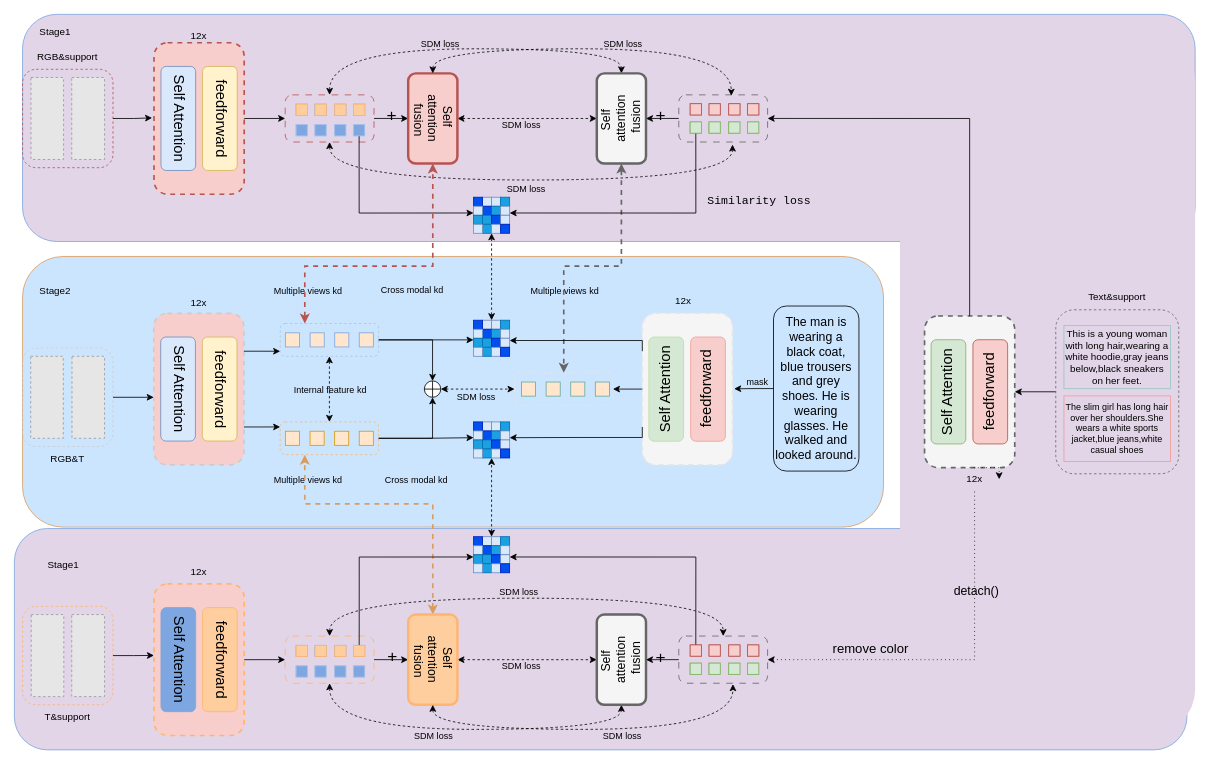
This is 11.30mulkd.drawio from CZYdeGithub/drawio, a draw.io file, before an edit. Source tidied: cells renumbered, new cells numbered last; positions are measured from the earlier drawing's top-left corner, leaving out a move shared by most shapes. Both pictures are drawn from the tidied source at 82%, with x=0, y=0 at pixel (14, 14). Pictures stored in the file or linked from it are replaced by grey dashed boxes.
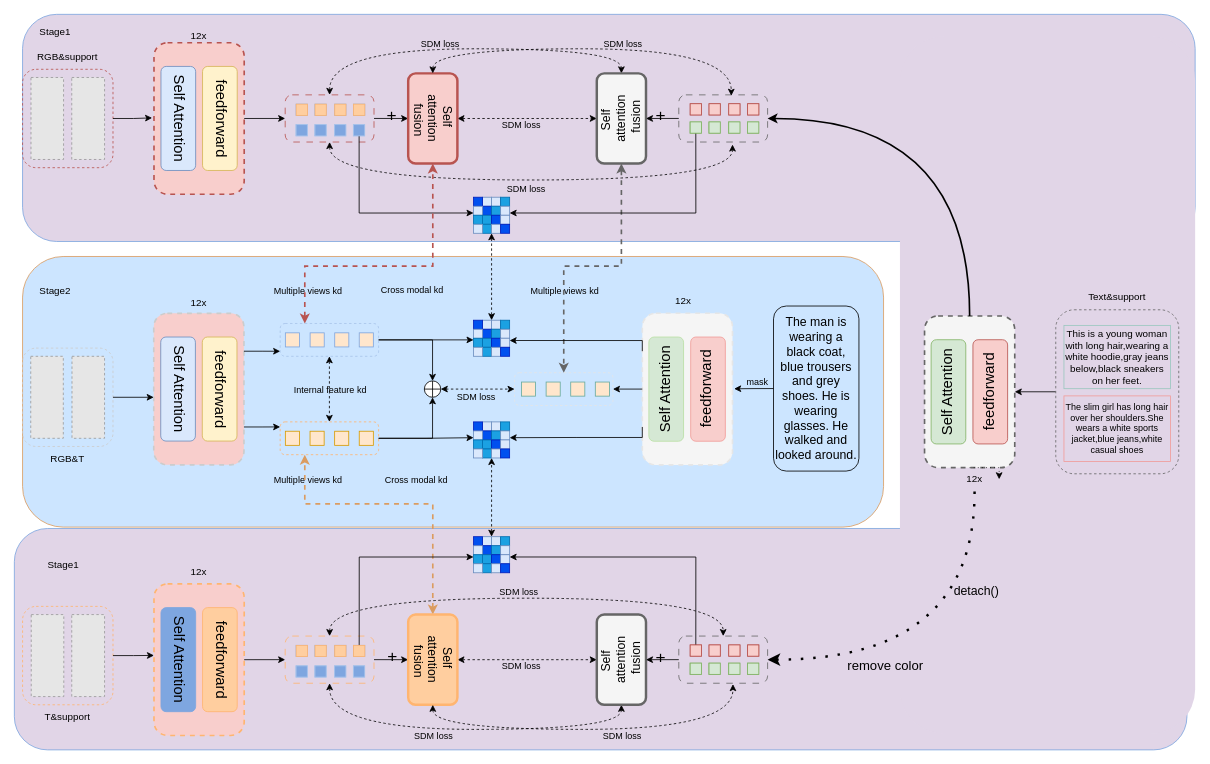
Above is the later version.

The change refers to these unchanged cells:
```xml
<mxCell id="27" style="rounded=1;whiteSpace=wrap;html=1;fillColor=#f5f5f5;strokeColor=#666666;dashed=1;strokeWidth=2;direction=west;fontColor=#333333;rotation=-180;" parent="26" vertex="1">
  <mxGeometry width="110" height="185" as="geometry" />
</mxCell>
<mxCell id="52" style="rounded=1;whiteSpace=wrap;html=1;fillColor=none;strokeColor=#666666;dashed=1;dashPattern=8 8;" parent="1" vertex="1">
  <mxGeometry x="810.3" y="98.2" width="108.3" height="57.5" as="geometry" />
</mxCell>
<mxCell id="165" style="rounded=1;whiteSpace=wrap;html=1;fillColor=none;strokeColor=#666666;dashed=1;dashPattern=8 8;" parent="1" vertex="1">
  <mxGeometry x="810.3" y="758.2" width="108.3" height="57.5" as="geometry" />
</mxCell>
<mxCell id="201" value="12x" style="text;html=1;align=center;verticalAlign=middle;whiteSpace=wrap;rounded=0;" parent="1" vertex="1">
  <mxGeometry x="1141" y="552" width="60" height="30" as="geometry" />
</mxCell>
```

Change to the diagram source:
```diff
@@
-    <mxCell id="195" style="edgeStyle=orthogonalEdgeStyle;rounded=0;jettySize=auto;html=1;exitX=0.5;exitY=0;exitDx=0;exitDy=0;entryX=1;entryY=0.5;entryDx=0;entryDy=0;" parent="1" edge="1" source="27" target="52">
+    <mxCell id="195" style="edgeStyle=orthogonalEdgeStyle;rounded=0;jettySize=auto;html=1;exitX=0.5;exitY=0;exitDx=0;exitDy=0;entryX=1;entryY=0.5;entryDx=0;entryDy=0;curved=1;strokeWidth=2;" parent="1" edge="1" source="27" target="52">
       <mxGeometry relative="1" as="geometry" />
     </mxCell>
-    <mxCell id="196" style="edgeStyle=orthogonalEdgeStyle;rounded=0;jettySize=auto;html=1;exitX=0.5;exitY=1;exitDx=0;exitDy=0;entryX=1;entryY=0.5;entryDx=0;entryDy=0;dashed=1;dashPattern=1 4;" parent="1" edge="1" source="201" target="165">
+    <mxCell id="196" style="edgeStyle=orthogonalEdgeStyle;rounded=0;jettySize=auto;html=1;exitX=0.5;exitY=1;exitDx=0;exitDy=0;entryX=1;entryY=0.5;entryDx=0;entryDy=0;dashed=1;dashPattern=1 4;curved=1;strokeWidth=3;" parent="1" edge="1" source="201" target="165">
       <mxGeometry relative="1" as="geometry" />
     </mxCell>
     <mxCell id="197" value="remove color" style="edgeLabel;html=1;align=center;verticalAlign=middle;fontSize=16;labelBackgroundColor=none;" parent="196" vertex="1">
       <mxGeometry x="0.44" relative="1" as="geometry">
-        <mxPoint x="-4" y="-14" as="offset" />
+        <mxPoint x="14" y="7" as="offset" />
       </mxGeometry>
     </mxCell>
@@
-    <mxCell id="202" value="&lt;div style=&quot;font-family: Consolas, &amp;quot;Courier New&amp;quot;, monospace; font-size: 14px; line-height: 19px; white-space-collapse: preserve;&quot;&gt;&lt;span style=&quot;&quot;&gt;Similarity loss&lt;/span&gt;&lt;/div&gt;" style="edgeLabel;html=1;align=center;verticalAlign=middle;labelBackgroundColor=none;fontColor=default;" parent="1" vertex="1">
-      <mxGeometry x="907.8" y="227" as="geometry" />
-    </mxCell>
```
